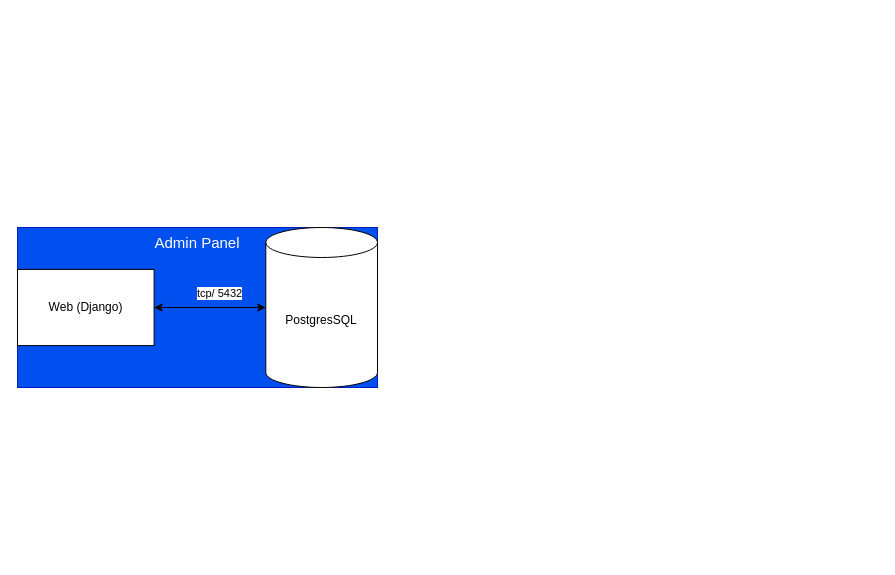
Above: uml/as_is.drawio in NataliaLaktyushkina/UGC_Service_part_1 (draw.io), before the change. Source tidied: cells renumbered, new cells numbered last; positions are measured from the earlier drawing's top-left corner, leaving out a move shared by most shapes. Both pictures are drawn from the tidied source at 100%, with x=0, y=0 at pixel (17, 227).
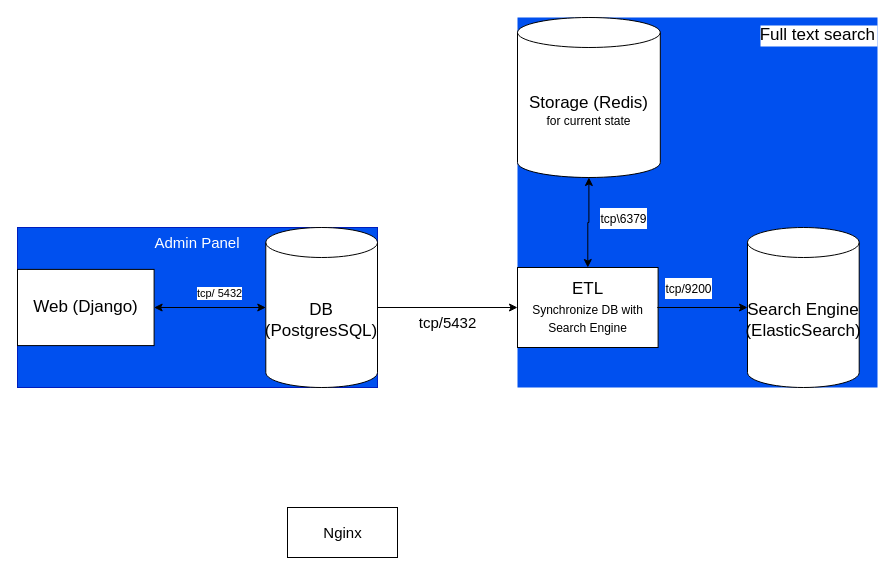
The same page after the edit.

Commit message:
Add ETl to uml

Unchanged cells that the change refers to:
```xml
<mxCell id="2" value="Admin Panel" style="group;fillColor=#0050ef;rounded=0;fontColor=#ffffff;strokeColor=#001DBC;fontSize=15;" parent="1" vertex="1">
  <mxGeometry width="360" height="160" as="geometry" />
</mxCell>
```

Diff of the diagram source:
```diff
@@
-    <mxCell id="3" value="Web (Django)" style="html=1;" parent="2" vertex="1">
+    <mxCell id="3" value="&lt;font style=&quot;font-size: 17px&quot;&gt;Web (Django)&lt;/font&gt;" style="html=1;" parent="2" vertex="1">
       <mxGeometry y="41.9" width="136.6" height="76.2" as="geometry" />
     </mxCell>
-    <mxCell id="4" value="PostgresSQL" style="shape=cylinder3;whiteSpace=wrap;html=1;boundedLbl=1;backgroundOutline=1;size=15;" parent="2" vertex="1">
+    <mxCell id="4" value="&lt;font style=&quot;font-size: 17px&quot;&gt;DB (PostgresSQL)&lt;/font&gt;" style="shape=cylinder3;whiteSpace=wrap;html=1;boundedLbl=1;backgroundOutline=1;size=15;" parent="2" vertex="1">
       <mxGeometry x="248.3" width="111.7" height="160" as="geometry" />
     </mxCell>
@@
+    <mxCell id="7" value="Nginx" style="html=1;rounded=0;fontSize=15;fillColor=none;" parent="1" vertex="1">
+      <mxGeometry x="270" y="280" width="110" height="50" as="geometry" />
+    </mxCell>
+    <mxCell id="8" value="tcp/5432" style="edgeStyle=orthogonalEdgeStyle;rounded=0;jettySize=auto;html=1;fontSize=15;startArrow=none;startFill=0;verticalAlign=top;" parent="1" edge="1" source="4" target="10">
+      <mxGeometry relative="1" as="geometry" />
+    </mxCell>
+    <mxCell id="9" value="Full text search" style="group;fontSize=17;align=right;labelBackgroundColor=default;fillColor=#0050EF;" parent="1" vertex="1">
+      <mxGeometry x="500" y="-210" width="360" height="370" as="geometry" />
+    </mxCell>
+    <mxCell id="10" value="&lt;font style=&quot;font-size: 17px&quot;&gt;ETL&lt;/font&gt;&lt;br&gt;&lt;font style=&quot;font-size: 12px&quot;&gt;Synchronize DB with Search Engine&lt;/font&gt;" style="html=1;rounded=0;fontSize=15;fillColor=default;verticalAlign=middle;whiteSpace=wrap;" parent="9" vertex="1">
+      <mxGeometry y="250" width="140.6" height="80" as="geometry" />
+    </mxCell>
+    <mxCell id="11" value="&lt;font style=&quot;font-size: 17px&quot;&gt;Storage (Redis) &lt;/font&gt;&lt;br&gt;for current state" style="shape=cylinder3;whiteSpace=wrap;html=1;boundedLbl=1;backgroundOutline=1;size=15;" parent="9" vertex="1">
+      <mxGeometry width="142.8" height="160" as="geometry" />
+    </mxCell>
+    <mxCell id="12" style="edgeStyle=orthogonalEdgeStyle;rounded=0;jettySize=auto;html=1;fontSize=15;startArrow=classic;startFill=1;verticalAlign=top;" parent="9" edge="1" source="10" target="11">
+      <mxGeometry relative="1" as="geometry" />
+    </mxCell>
+    <mxCell id="13" value="&lt;font style=&quot;font-size: 12px&quot;&gt;tcp\6379&lt;/font&gt;" style="edgeLabel;html=1;align=center;verticalAlign=middle;fontSize=17;" parent="12" vertex="1">
+      <mxGeometry x="-0.43" y="3" relative="1" as="geometry">
+        <mxPoint x="38" y="-24" as="offset" />
+      </mxGeometry>
+    </mxCell>
+    <mxCell id="14" value="&lt;font style=&quot;font-size: 17px&quot;&gt;Search Engine (ElasticSearch)&lt;/font&gt;" style="shape=cylinder3;whiteSpace=wrap;html=1;boundedLbl=1;backgroundOutline=1;size=15;" parent="9" vertex="1">
+      <mxGeometry x="230" y="210" width="111.7" height="160" as="geometry" />
+    </mxCell>
+    <mxCell id="15" style="edgeStyle=orthogonalEdgeStyle;rounded=0;jettySize=auto;html=1;fontSize=15;startArrow=none;startFill=0;verticalAlign=top;" parent="9" edge="1" target="14">
+      <mxGeometry relative="1" as="geometry">
+        <mxPoint x="222.6" y="290" as="sourcePoint" />
+        <Array as="points">
+          <mxPoint x="140" y="290" />
+          <mxPoint x="140" y="290" />
+        </Array>
+      </mxGeometry>
+    </mxCell>
+    <mxCell id="16" value="&lt;font style=&quot;font-size: 12px&quot;&gt;tcp/9200&lt;/font&gt;" style="edgeLabel;html=1;align=center;verticalAlign=middle;fontSize=17;" parent="15" vertex="1">
+      <mxGeometry x="-0.03" y="-4" relative="1" as="geometry">
+        <mxPoint x="29" y="-24" as="offset" />
+      </mxGeometry>
+    </mxCell>
```
